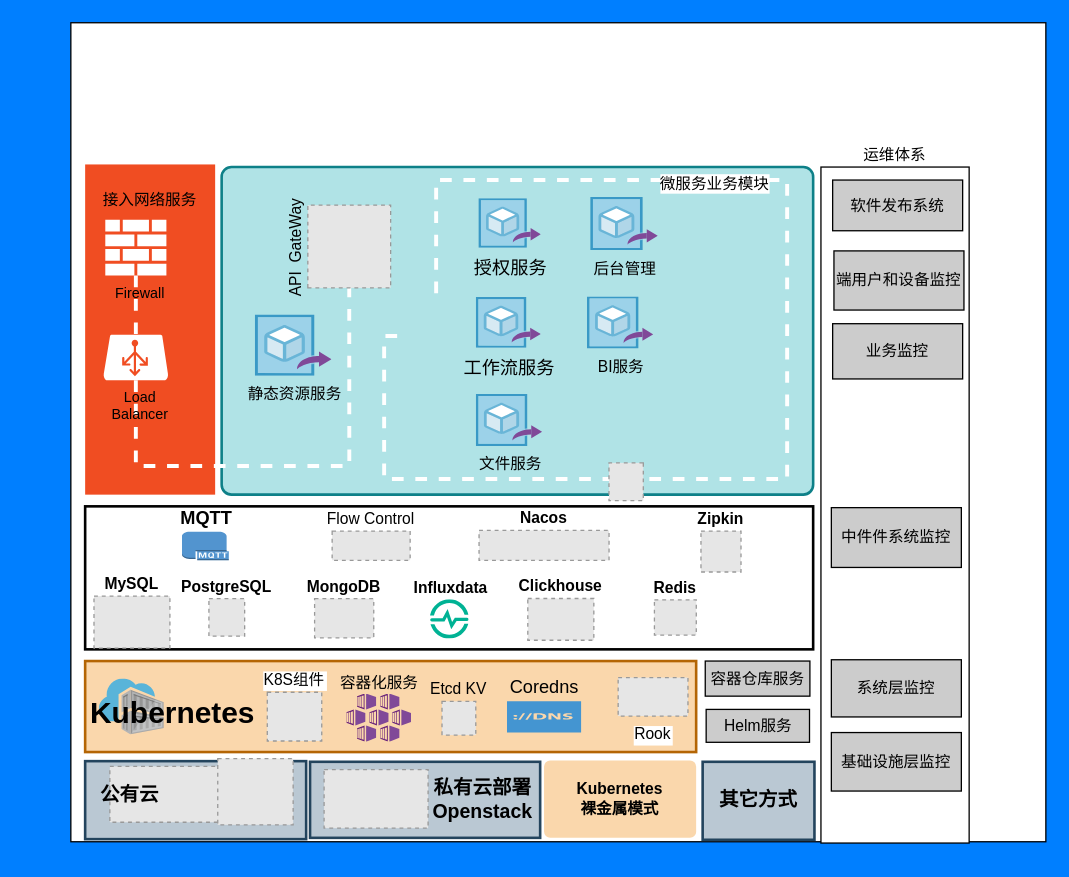
Before: 部署架构图.drawio in slieer/javaworks, a draw.io diagram. Source tidied: cells renumbered, new cells numbered last; positions are measured from the earlier drawing's top-left corner, leaving out a move shared by most shapes. Both pictures are drawn from the tidied source at 130%, with x=0, y=0 at pixel (22, 22). Pictures stored in the file or linked from it are replaced by grey dashed boxes.
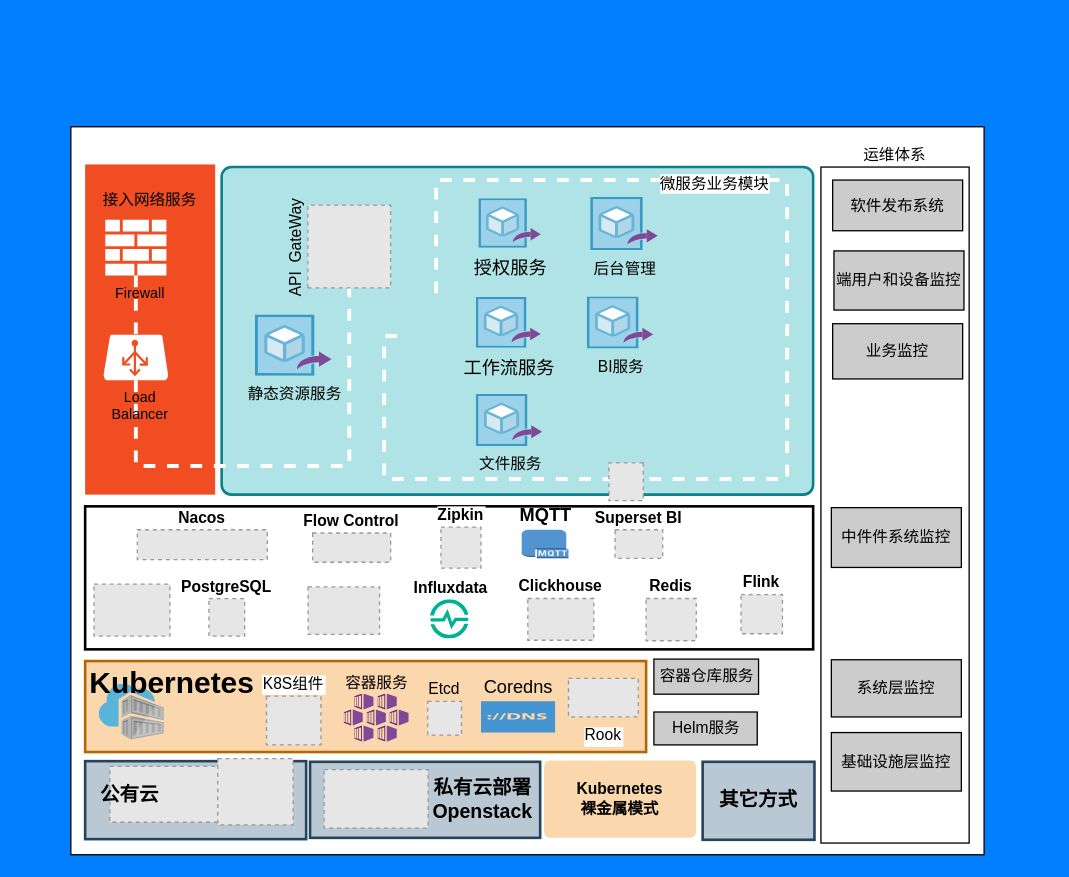
Above is the later version.

Commit message:
Update 部署架构图.drawio

The edit, as a diff of the source:
```diff
@@
     <mxCell id="2" style="rounded=0;whiteSpace=wrap;html=1;glass=0;fontColor=#000000;" parent="1" vertex="1">
-      <mxGeometry x="37" width="750" height="630" as="geometry" />
+      <mxGeometry x="37" y="80" width="702.5" height="560" as="geometry" />
     </mxCell>
@@
     <mxCell id="14" style="rounded=0;whiteSpace=wrap;html=1;shadow=0;strokeWidth=2;fillColor=#fad7ac;fontSize=12;align=center;strokeColor=#b46504;arcSize=6;verticalAlign=bottom;labelPosition=center;verticalLabelPosition=top;" parent="1" vertex="1">
-      <mxGeometry x="48" y="491" width="470" height="70" as="geometry" />
+      <mxGeometry x="48" y="491" width="431.5" height="70" as="geometry" />
     </mxCell>
     <mxCell id="15" style="html=1;align=center;image;fontSize=12;image=img/lib/mscae/Container_Registries.svg;fontColor=#000000;" parent="1" vertex="1">
-      <mxGeometry x="59" y="505" width="50" height="43" as="geometry" />
+      <mxGeometry x="59" y="509" width="50" height="43" as="geometry" />
     </mxCell>
     <mxCell id="16" value="&lt;font style=&quot;font-size: 23px&quot;&gt;Kubernetes&lt;/font&gt;" style="text;html=1;strokeColor=none;fillColor=none;align=center;verticalAlign=middle;whiteSpace=wrap;rounded=1;shadow=0;fontSize=30;fontColor=#000000;fontStyle=1;" parent="1" vertex="1">
-      <mxGeometry x="66" y="518" width="99" height="20" as="geometry" />
+      <mxGeometry x="69.5" y="498.5" width="90" height="12" as="geometry" />
     </mxCell>
-    <mxCell id="17" value="容器化服务" style="html=1;align=center;image;fontSize=12;image=img/lib/mscae/Kubernetes_Services.svg;fontColor=#000000;labelBackgroundColor=none;labelPosition=center;verticalLabelPosition=top;verticalAlign=bottom;" parent="1" vertex="1">
-      <mxGeometry x="249.4" y="516.5" width="50" height="37" as="geometry" />
+    <mxCell id="17" value="容器服务" style="html=1;align=center;image;fontSize=12;image=img/lib/mscae/Kubernetes_Services.svg;fontColor=#000000;labelBackgroundColor=none;labelPosition=center;verticalLabelPosition=top;verticalAlign=bottom;" parent="1" vertex="1">
+      <mxGeometry x="247.4" y="516.5" width="50" height="37" as="geometry" />
     </mxCell>
-    <mxCell id="18" value="Etcd KV" style="fillColor=#E6E6E6;strokeColor=#999999;dashed=1;verticalLabelPosition=top;labelBackgroundColor=none;verticalAlign=bottom;fontColor=#000000;html=0;labelPosition=center;align=center;" parent="1" vertex="1">
-      <mxGeometry x="322.5" y="522" width="26" height="26" as="geometry" />
+    <mxCell id="18" value="Etcd" style="fillColor=#E6E6E6;strokeColor=#999999;dashed=1;verticalLabelPosition=top;labelBackgroundColor=none;verticalAlign=bottom;fontColor=#000000;html=0;labelPosition=center;align=center;" parent="1" vertex="1">
+      <mxGeometry x="311.5" y="522" width="26" height="26" as="geometry" />
     </mxCell>
     <mxCell id="19" value="&lt;span style=&quot;font-family: &amp;quot;microsoft yahei&amp;quot;, stxihei; font-size: 14px; text-align: left; white-space: pre-wrap;&quot;&gt;Coredns&lt;/span&gt;" style="shadow=0;dashed=0;html=1;strokeColor=none;fillColor=#4495D1;labelPosition=center;verticalLabelPosition=top;verticalAlign=bottom;align=center;shape=mxgraph.veeam.dns;labelBackgroundColor=none;fontColor=#000000;" parent="1" vertex="1">
-      <mxGeometry x="372.5" y="522" width="57" height="24" as="geometry" />
+      <mxGeometry x="352.5" y="522" width="57" height="24" as="geometry" />
     </mxCell>
     <mxCell id="20" value="Redis" style="fillColor=#E6E6E6;strokeColor=#999999;dashed=1;verticalLabelPosition=top;labelBackgroundColor=none;verticalAlign=bottom;fontColor=#000000;html=0;labelPosition=center;align=center;fontStyle=1;" parent="1" vertex="1">
-      <mxGeometry x="485.9" y="443.9" width="32.2" height="27.1" as="geometry" />
+      <mxGeometry x="479.5" y="442.9" width="38.6" height="32.5" as="geometry" />
     </mxCell>
@@
     <mxCell id="22" value="&lt;p class=&quot;p0&quot; style=&quot;margin-top: 0pt ; margin-bottom: 0pt&quot;&gt;&lt;font face=&quot;宋体&quot;&gt;&lt;span style=&quot;font-size: 14px&quot;&gt;&lt;b&gt;MQTT&lt;/b&gt;&lt;/span&gt;&lt;/font&gt;&lt;/p&gt;" style="dashed=0;verticalLabelPosition=top;verticalAlign=bottom;align=center;html=1;shape=mxgraph.aws3.mqtt_protocol;fillColor=#5294CF;gradientColor=none;labelBackgroundColor=none;fontColor=#000000;labelPosition=center;" parent="1" vertex="1">
-      <mxGeometry x="122.5" y="391.5" width="36" height="22" as="geometry" />
+      <mxGeometry x="383.8" y="390" width="36" height="22" as="geometry" />
     </mxCell>
@@
-    <mxCell id="31" value="Flow Control" style="fillColor=#E6E6E6;strokeColor=#999999;dashed=1;verticalLabelPosition=top;verticalAlign=bottom;fontColor=#000000;labelPosition=center;align=center;" parent="1" vertex="1">
-      <mxGeometry x="238" y="391" width="60" height="22.5" as="geometry" />
+    <mxCell id="31" value="Flow Control" style="fillColor=#E6E6E6;strokeColor=#999999;dashed=1;verticalLabelPosition=top;verticalAlign=bottom;fontColor=#000000;labelPosition=center;align=center;fontStyle=1;" parent="1" vertex="1">
+      <mxGeometry x="223" y="392.5" width="60" height="22.5" as="geometry" />
     </mxCell>
@@
     <mxCell id="39" value="容器仓库服务" style="rounded=0;whiteSpace=wrap;html=1;fillColor=#CCCCCC;" parent="1" vertex="1">
-      <mxGeometry x="525" y="491" width="80.5" height="27" as="geometry" />
+      <mxGeometry x="485.5" y="489.5" width="80.5" height="27" as="geometry" />
     </mxCell>
     <mxCell id="40" value="Helm服务" style="rounded=0;whiteSpace=wrap;html=1;fillColor=#CCCCCC;" parent="1" vertex="1">
-      <mxGeometry x="525.7" y="528.2" width="79.5" height="25.3" as="geometry" />
+      <mxGeometry x="485.5" y="530.2" width="79.5" height="25.3" as="geometry" />
     </mxCell>
@@
     <mxCell id="42" value="Rook" style="fillColor=#E6E6E6;strokeColor=#999999;dashed=1;verticalLabelPosition=bottom;labelBackgroundColor=#ffffff;verticalAlign=top;" parent="1" vertex="1">
-      <mxGeometry x="458" y="503.7" width="53.7" height="29.6" as="geometry" />
+      <mxGeometry x="419.8" y="504.4" width="53.7" height="29.6" as="geometry" />
     </mxCell>
     <mxCell id="43" value="K8S组件" style="fillColor=#E6E6E6;strokeColor=#999999;dashed=1;verticalLabelPosition=top;labelBackgroundColor=#ffffff;verticalAlign=bottom;labelPosition=center;align=center;" parent="1" vertex="1">
-      <mxGeometry x="188.1" y="515" width="41.9" height="37.5" as="geometry" />
+      <mxGeometry x="187.5" y="518" width="41.9" height="37.5" as="geometry" />
     </mxCell>
-    <mxCell id="44" value="MySQL" style="fillColor=#E6E6E6;strokeColor=#999999;dashed=1;verticalLabelPosition=top;labelBackgroundColor=#ffffff;verticalAlign=bottom;labelPosition=center;align=center;fontStyle=1;" parent="1" vertex="1">
-      <mxGeometry x="54.8" y="441" width="58.4" height="40" as="geometry" />
+    <mxCell id="44" style="fillColor=#E6E6E6;strokeColor=#999999;dashed=1;verticalLabelPosition=top;labelBackgroundColor=#ffffff;verticalAlign=bottom;labelPosition=center;align=center;fontStyle=1;" parent="1" vertex="1">
+      <mxGeometry x="54.8" y="431.9" width="58.4" height="40" as="geometry" />
     </mxCell>
     <mxCell id="45" value="Nacos" style="fillColor=#E6E6E6;strokeColor=#999999;dashed=1;verticalLabelPosition=top;labelBackgroundColor=#ffffff;verticalAlign=bottom;labelPosition=center;align=center;fontStyle=1;" parent="1" vertex="1">
-      <mxGeometry x="351" y="390.5" width="100" height="23" as="geometry" />
+      <mxGeometry x="88.1" y="390" width="100" height="23" as="geometry" />
     </mxCell>
@@
-    <mxCell id="47" value="MongoDB" style="fillColor=#E6E6E6;strokeColor=#999999;dashed=1;verticalLabelPosition=top;labelBackgroundColor=#ffffff;verticalAlign=bottom;labelPosition=center;align=center;fontStyle=1;" parent="1" vertex="1">
-      <mxGeometry x="224.5" y="443" width="45.5" height="30.1" as="geometry" />
+    <mxCell id="47" style="fillColor=#E6E6E6;strokeColor=#999999;dashed=1;verticalLabelPosition=top;labelBackgroundColor=#ffffff;verticalAlign=bottom;labelPosition=center;align=center;fontStyle=1;" parent="1" vertex="1">
+      <mxGeometry x="219.5" y="434" width="55" height="36.5" as="geometry" />
     </mxCell>
@@
     <mxCell id="49" value="Zipkin" style="fillColor=#E6E6E6;strokeColor=#999999;dashed=1;verticalLabelPosition=top;labelBackgroundColor=#ffffff;verticalAlign=bottom;labelPosition=center;align=center;fontStyle=1;" parent="1" vertex="1">
-      <mxGeometry x="521.7" y="391" width="30.8" height="31.5" as="geometry" />
+      <mxGeometry x="321.7" y="388" width="30.8" height="31.5" as="geometry" />
     </mxCell>
@@
+    <mxCell id="57" value="Flink" style="fillColor=#E6E6E6;strokeColor=#999999;dashed=1;verticalLabelPosition=top;labelBackgroundColor=#ffffff;verticalAlign=bottom;labelPosition=center;align=center;fontStyle=1;" parent="1" vertex="1">
+      <mxGeometry x="552.5" y="439.9" width="31.9" height="30.1" as="geometry" />
+    </mxCell>
+    <mxCell id="58" value="Superset BI" style="fillColor=#E6E6E6;strokeColor=#999999;dashed=1;verticalLabelPosition=top;labelBackgroundColor=#ffffff;verticalAlign=bottom;labelPosition=center;align=center;fontStyle=1;" parent="1" vertex="1">
+      <mxGeometry x="455.6" y="390" width="36.7" height="22" as="geometry" />
+    </mxCell>
```
